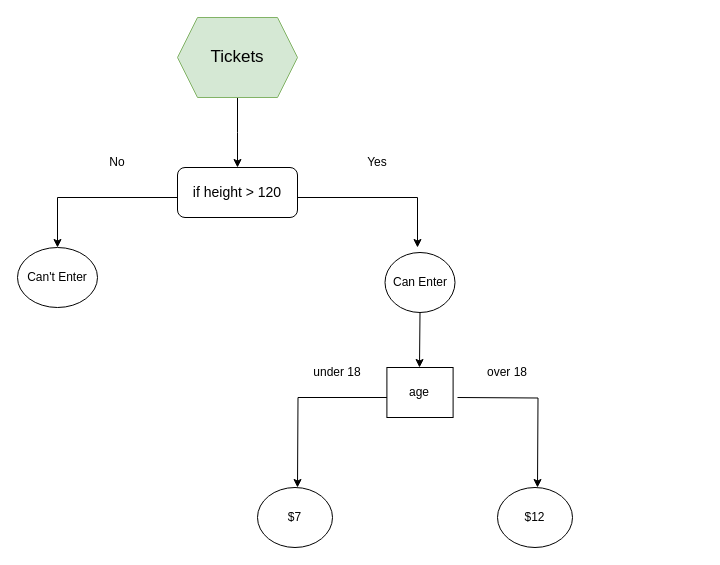
Earlier version of the draw.io diagram Untitled Diagram.drawio (RilSteel/graph). Source tidied: cells renumbered, new cells numbered last; positions are measured from the earlier drawing's top-left corner, leaving out a move shared by most shapes. Both pictures are drawn from the tidied source at 100%, with x=0, y=0 at pixel (17, 17).
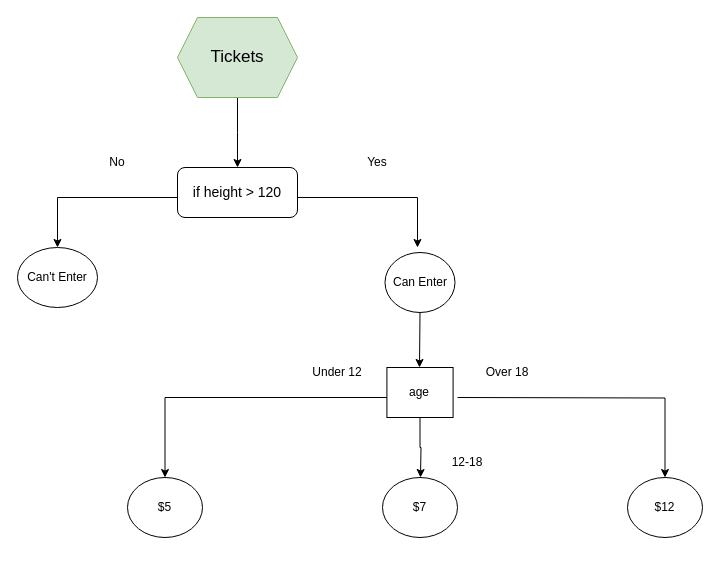
After the change.

Unchanged cells that the change refers to:
```xml
<mxCell id="13" value="age" style="rounded=0;whiteSpace=wrap;html=1;" parent="1" vertex="1">
  <mxGeometry x="369.4" y="350" width="66.2" height="50" as="geometry" />
</mxCell>
```

Diff of the diagram source:
```diff
@@
-    <mxCell id="10" style="edgeStyle=orthogonalEdgeStyle;rounded=0;jettySize=auto;html=1;exitX=0.16;exitY=0.6;exitDx=0;exitDy=0;exitPerimeter=0;" parent="1" edge="1" source="13">
-      <mxGeometry relative="1" as="geometry">
-        <mxPoint x="280" y="470" as="targetPoint" />
-      </mxGeometry>
+    <mxCell id="10" style="edgeStyle=orthogonalEdgeStyle;rounded=0;jettySize=auto;html=1;exitX=0.16;exitY=0.6;exitDx=0;exitDy=0;exitPerimeter=0;entryX=0.5;entryY=0;entryDx=0;entryDy=0;" parent="1" edge="1" source="13" target="12">
+      <mxGeometry relative="1" as="geometry" />
     </mxCell>
-    <mxCell id="11" style="edgeStyle=orthogonalEdgeStyle;rounded=0;orthogonalLoop=1;jettySize=auto;html=1;" parent="1" edge="1">
+    <mxCell id="11" style="edgeStyle=orthogonalEdgeStyle;rounded=0;jettySize=auto;html=1;entryX=0.5;entryY=0;entryDx=0;entryDy=0;" parent="1" edge="1" target="14">
       <mxGeometry relative="1" as="geometry">
         <mxPoint x="440" y="380" as="sourcePoint" />
-        <mxPoint x="520" y="470" as="targetPoint" />
       </mxGeometry>
     </mxCell>
-    <mxCell id="12" value="$7" style="ellipse;whiteSpace=wrap;html=1;" parent="1" vertex="1">
-      <mxGeometry x="240" y="470" width="75" height="60" as="geometry" />
+    <mxCell id="12" value="$5" style="ellipse;whiteSpace=wrap;html=1;" parent="1" vertex="1">
+      <mxGeometry x="110" y="460" width="75" height="60" as="geometry" />
     </mxCell>
+    <mxCell id="19" style="edgeStyle=orthogonalEdgeStyle;rounded=0;jettySize=auto;html=1;" parent="1" edge="1" source="13">
+      <mxGeometry relative="1" as="geometry">
+        <mxPoint x="403" y="460" as="targetPoint" />
+      </mxGeometry>
+    </mxCell>
@@
     <mxCell id="14" value="$12" style="ellipse;whiteSpace=wrap;html=1;" parent="1" vertex="1">
-      <mxGeometry x="480" y="470" width="75" height="60" as="geometry" />
+      <mxGeometry x="610" y="460" width="75" height="60" as="geometry" />
     </mxCell>
@@
-    <mxCell id="17" value="over 18" style="text;align=center;html=1;verticalAlign=middle;whiteSpace=wrap;rounded=0;" parent="1" vertex="1">
+    <mxCell id="17" value="Over 18" style="text;align=center;html=1;verticalAlign=middle;whiteSpace=wrap;rounded=0;" parent="1" vertex="1">
       <mxGeometry x="460" y="340" width="60" height="30" as="geometry" />
     </mxCell>
-    <mxCell id="18" value="under 18" style="text;strokeColor=none;align=center;fillColor=none;html=1;verticalAlign=middle;whiteSpace=wrap;rounded=0;" parent="1" vertex="1">
+    <mxCell id="18" value="Under 12" style="text;strokeColor=none;align=center;fillColor=none;html=1;verticalAlign=middle;whiteSpace=wrap;rounded=0;" parent="1" vertex="1">
       <mxGeometry x="290" y="340" width="60" height="30" as="geometry" />
     </mxCell>
+    <mxCell id="20" value="$7" style="ellipse;whiteSpace=wrap;html=1;" parent="1" vertex="1">
+      <mxGeometry x="365" y="460" width="75" height="60" as="geometry" />
+    </mxCell>
+    <mxCell id="21" value="12-18" style="text;strokeColor=none;align=center;fillColor=none;html=1;verticalAlign=middle;whiteSpace=wrap;rounded=0;" parent="1" vertex="1">
+      <mxGeometry x="420" y="430" width="60" height="30" as="geometry" />
+    </mxCell>
```
